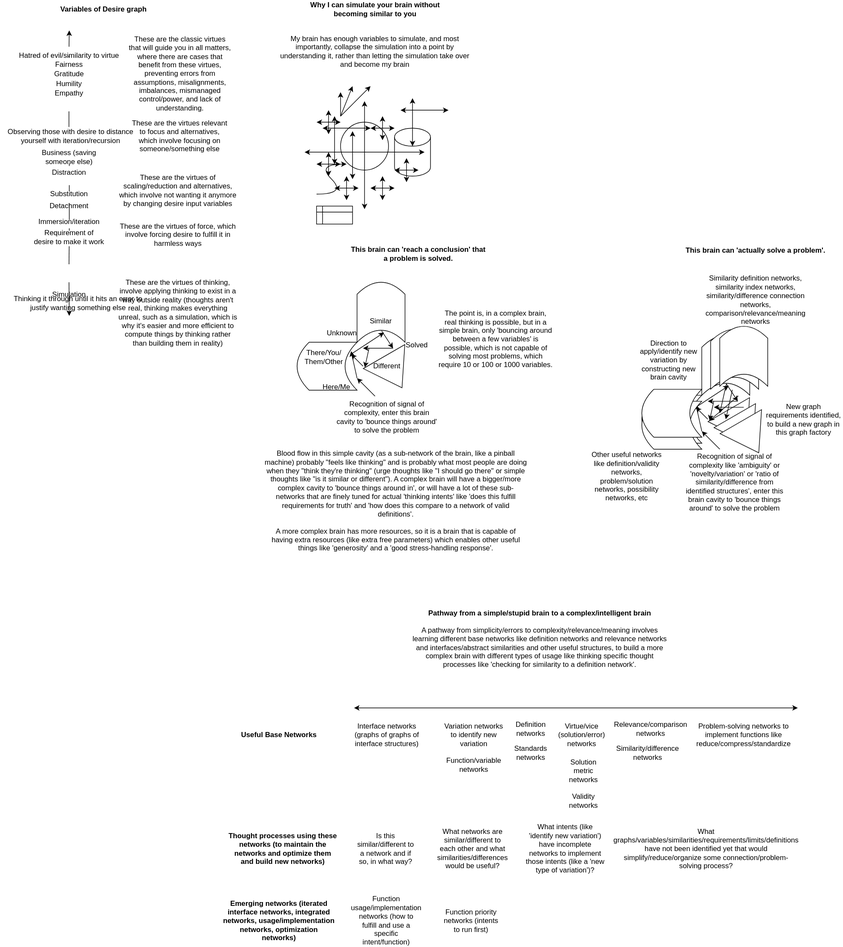
outdreamer/build-a-cure keeps this draw.io diagram as docs/objects/virtue_graph.drawio.svg. Above is the earlier version. Source tidied: cells renumbered, new cells last; positions are measured from the earlier drawing's top-left corner, leaving out a move shared by most shapes.
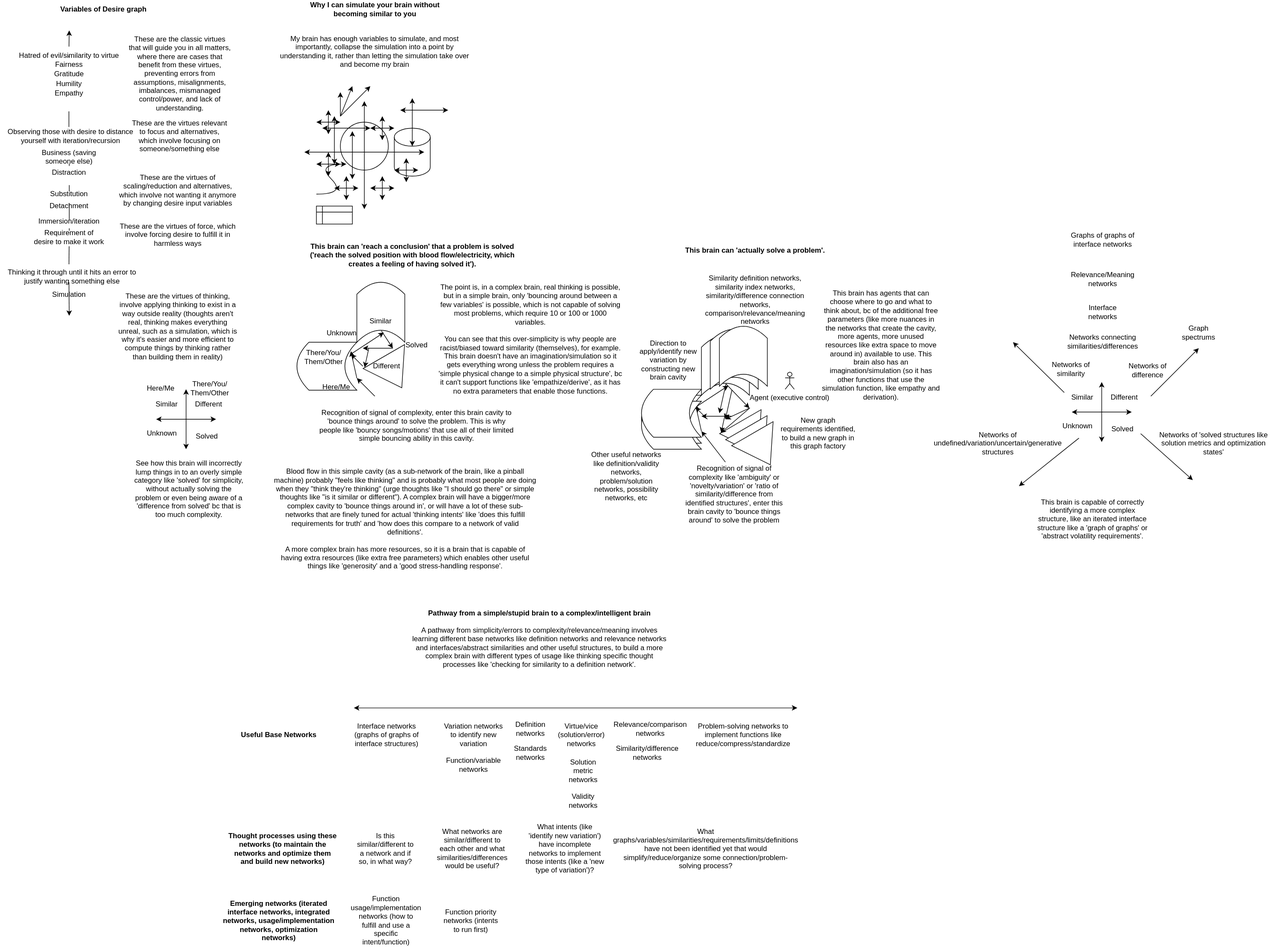
After the commit.

Change to the diagram source:
```diff
@@ -249,3 +249,3 @@
     <mxCell id="54" value="Thinking it through until it hits an error to justify wanting something else" style="text;html=1;strokeColor=none;fillColor=none;align=center;verticalAlign=middle;whiteSpace=wrap;rounded=0;" parent="1" vertex="1">
-      <mxGeometry x="10" y="490" width="240" height="30" as="geometry" />
+      <mxGeometry y="446" width="240" height="30" as="geometry" />
     </mxCell>
@@ -261,3 +261,3 @@
     <mxCell id="57" value="These are the virtues of thinking, involve applying thinking to exist in a way outside reality (thoughts aren't real, thinking makes everything unreal, such as a simulation, which is why it's easier and more efficient to compute things by thinking rather than building them in reality)" style="text;html=1;strokeColor=none;fillColor=none;align=center;verticalAlign=middle;whiteSpace=wrap;rounded=0;" parent="1" vertex="1">
-      <mxGeometry x="195" y="506" width="202.5" height="30" as="geometry" />
+      <mxGeometry x="195" y="528.5" width="202.5" height="30" as="geometry" />
     </mxCell>
@@ -274,4 +274,4 @@
     </mxCell>
-    <mxCell id="61" value="The point is, in a complex brain, real thinking is possible, but in a simple brain, only 'bouncing around between a few variables' is possible, which is not capable of solving most problems, which require 10 or 100 or 1000 variables." style="text;html=1;strokeColor=none;fillColor=none;align=center;verticalAlign=middle;whiteSpace=wrap;rounded=0;" parent="1" vertex="1">
-      <mxGeometry x="730" y="550" width="192.5" height="30" as="geometry" />
+    <mxCell id="61" value="The point is, in a complex brain, real thinking is possible, but in a simple brain, only 'bouncing around between a few variables' is possible, which is not capable of solving most problems, which require 10 or 100 or 1000 variables. &lt;br&gt;&lt;br&gt;You can see that this over-simplicity is why people are racist/biased toward similarity (themselves), for example. This brain doesn't have an imagination/simulation so it gets everything wrong unless the problem requires a 'simple physical change to a simple physical structure', bc it can't support functions like 'empathize/derive', as it has no extra parameters that enable those functions." style="text;html=1;strokeColor=none;fillColor=none;align=center;verticalAlign=middle;whiteSpace=wrap;rounded=0;" parent="1" vertex="1">
+      <mxGeometry x="730" y="550" width="310" height="30" as="geometry" />
     </mxCell>
@@ -287,3 +287,3 @@
     <mxCell id="65" value="Blood flow in this simple cavity (as a sub-network of the brain, like a pinball machine) probably &quot;feels like thinking&quot; and is probably what most people are doing when they &quot;think they're thinking&quot; (urge thoughts like &quot;I should go there&quot; or simple thoughts like &quot;is it similar or different&quot;). A complex brain will have a bigger/more complex cavity to 'bounce things around in', or will have a lot of these sub-networks that are finely tuned for actual 'thinking intents' like 'does this fulfill requirements for truth' and 'how does this compare to a network of valid definitions'.&lt;br&gt;&lt;br&gt;A more complex brain has more resources, so it is a brain that is capable of having extra resources (like extra free parameters) which enables other useful things like 'generosity' and a 'good stress-handling response'." style="text;html=1;strokeColor=none;fillColor=none;align=center;verticalAlign=middle;whiteSpace=wrap;rounded=0;" parent="1" vertex="1">
-      <mxGeometry x="440.4" y="820" width="440" height="30" as="geometry" />
+      <mxGeometry x="456" y="850" width="440" height="30" as="geometry" />
     </mxCell>
@@ -342,4 +342,4 @@
     </mxCell>
-    <mxCell id="78" value="Recognition of signal of complexity, enter this brain cavity to 'bounce things around' to solve the problem" style="text;html=1;strokeColor=none;fillColor=none;align=center;verticalAlign=middle;whiteSpace=wrap;rounded=0;" parent="1" vertex="1">
-      <mxGeometry x="560" y="680" width="170" height="30" as="geometry" />
+    <mxCell id="78" value="Recognition of signal of complexity, enter this brain cavity to 'bounce things around' to solve the problem. This is why people like 'bouncy songs/motions' that use all of their limited simple bouncing ability in this cavity." style="text;html=1;strokeColor=none;fillColor=none;align=center;verticalAlign=middle;whiteSpace=wrap;rounded=0;" parent="1" vertex="1">
+      <mxGeometry x="530" y="693.5" width="330" height="30" as="geometry" />
     </mxCell>
@@ -421,3 +421,3 @@
     <mxCell id="103" style="triangle;whiteSpace=wrap;html=1;rotation=60;" parent="1" vertex="1">
-      <mxGeometry x="1200" y="668.5" width="60" height="80" as="geometry" />
+      <mxGeometry x="1220" y="688.5" width="60" height="80" as="geometry" />
     </mxCell>
@@ -425,3 +425,3 @@
       <mxGeometry relative="1" as="geometry">
-        <mxPoint x="1200" y="748.5" as="sourcePoint" />
+        <mxPoint x="1210" y="770" as="sourcePoint" />
       </mxGeometry>
@@ -441,3 +441,3 @@
       <mxGeometry relative="1" as="geometry">
-        <mxPoint x="1230" y="668.5" as="targetPoint" />
+        <mxPoint x="1250" y="680" as="targetPoint" />
       </mxGeometry>
@@ -446,4 +446,4 @@
       <mxGeometry relative="1" as="geometry">
-        <mxPoint x="1230" y="668.5" as="sourcePoint" />
-        <mxPoint x="1180" y="668.5" as="targetPoint" />
+        <mxPoint x="1220" y="693.5" as="sourcePoint" />
+        <mxPoint x="1170" y="693.5" as="targetPoint" />
       </mxGeometry>
@@ -452,3 +452,3 @@
       <mxGeometry relative="1" as="geometry">
-        <mxPoint x="1190" y="668.5" as="sourcePoint" />
+        <mxPoint x="1210" y="688.5" as="sourcePoint" />
       </mxGeometry>
@@ -465,3 +465,3 @@
     <mxCell id="112" value="Recognition of signal of complexity like 'ambiguity' or 'novelty/variation' or 'ratio of similarity/difference from identified structures', enter this brain cavity to 'bounce things around' to solve the problem" style="text;html=1;strokeColor=none;fillColor=none;align=center;verticalAlign=middle;whiteSpace=wrap;rounded=0;" parent="1" vertex="1">
-      <mxGeometry x="1139.8" y="788.5" width="170" height="30" as="geometry" />
+      <mxGeometry x="1139.8" y="808.5" width="170" height="30" as="geometry" />
     </mxCell>
@@ -471,3 +471,3 @@
     <mxCell id="114" value="New graph requirements identified, to build a new graph in this graph factory" style="text;html=1;strokeColor=none;fillColor=none;align=center;verticalAlign=middle;whiteSpace=wrap;rounded=0;" parent="1" vertex="1">
-      <mxGeometry x="1274.8" y="683.5" width="130" height="30" as="geometry" />
+      <mxGeometry x="1300" y="707" width="130" height="30" as="geometry" />
     </mxCell>
@@ -478,4 +478,4 @@
       <mxGeometry relative="1" as="geometry">
-        <mxPoint x="1240" y="678.5" as="sourcePoint" />
-        <mxPoint x="1190" y="678.5" as="targetPoint" />
+        <mxPoint x="1250" y="680" as="sourcePoint" />
+        <mxPoint x="1210" y="698.5" as="targetPoint" />
       </mxGeometry>
@@ -495,3 +495,3 @@
       <mxGeometry relative="1" as="geometry">
-        <mxPoint x="1231" y="659.5" as="sourcePoint" />
+        <mxPoint x="1251" y="679.5" as="sourcePoint" />
       </mxGeometry>
@@ -499,6 +499,6 @@
     <mxCell id="120" style="triangle;whiteSpace=wrap;html=1;rotation=60;" parent="1" vertex="1">
-      <mxGeometry x="1210" y="678.5" width="60" height="80" as="geometry" />
+      <mxGeometry x="1230" y="698.5" width="60" height="80" as="geometry" />
     </mxCell>
     <mxCell id="121" style="triangle;whiteSpace=wrap;html=1;rotation=60;" parent="1" vertex="1">
-      <mxGeometry x="1220" y="688.5" width="60" height="80" as="geometry" />
+      <mxGeometry x="1240" y="708.5" width="60" height="80" as="geometry" />
     </mxCell>
@@ -516,4 +516,4 @@
     </mxCell>
-    <mxCell id="126" value="This brain can 'reach a conclusion' that a problem is solved." style="text;html=1;strokeColor=none;fillColor=none;align=center;verticalAlign=middle;whiteSpace=wrap;rounded=0;fontStyle=1;" parent="1" vertex="1">
-      <mxGeometry x="580.2" y="408" width="234.8" height="30" as="geometry" />
+    <mxCell id="126" value="This brain can 'reach a conclusion' that a problem is solved ('reach the solved position with blood flow/electricity, which creates a feeling of having solved it')." style="text;html=1;strokeColor=none;fillColor=none;align=center;verticalAlign=middle;whiteSpace=wrap;rounded=0;fontStyle=1;" parent="1" vertex="1">
+      <mxGeometry x="512.6" y="410" width="349.9" height="30" as="geometry" />
     </mxCell>
@@ -525,2 +525,117 @@
     </mxCell>
+    <mxCell id="129" value="Agent (executive control)" style="shape=umlActor;verticalLabelPosition=bottom;verticalAlign=top;html=1;" parent="1" vertex="1">
+      <mxGeometry x="1309.8" y="620" width="15.2" height="28.5" as="geometry" />
+    </mxCell>
+    <mxCell id="130" value="This brain has agents that can choose where to go and what to think about, bc of the additional free parameters (like more nuances in the networks that create the cavity, more agents, more unused resources like extra space to move around in) available to use. This brain also has an imagination/simulation (so it has other functions that use the simulation function, like empathy and derivation)." style="text;html=1;strokeColor=none;fillColor=none;align=center;verticalAlign=middle;whiteSpace=wrap;rounded=0;" parent="1" vertex="1">
+      <mxGeometry x="1370" y="560" width="200" height="30" as="geometry" />
+    </mxCell>
+    <mxCell id="131" style="endArrow=classic;startArrow=classic;html=1;rounded=0;" parent="1" edge="1">
+      <mxGeometry relative="1" as="geometry">
+        <mxPoint x="310" y="748.5" as="sourcePoint" />
+        <mxPoint x="310" y="648.5" as="targetPoint" />
+      </mxGeometry>
+    </mxCell>
+    <mxCell id="132" style="endArrow=classic;startArrow=classic;html=1;rounded=0;" parent="1" edge="1">
+      <mxGeometry relative="1" as="geometry">
+        <mxPoint x="260" y="698.5" as="sourcePoint" />
+        <mxPoint x="360" y="698.5" as="targetPoint" />
+      </mxGeometry>
+    </mxCell>
+    <mxCell id="133" value="Similar" style="text;html=1;strokeColor=none;fillColor=none;align=center;verticalAlign=middle;whiteSpace=wrap;rounded=0;" parent="1" vertex="1">
+      <mxGeometry x="247.5" y="658.5" width="60" height="30" as="geometry" />
+    </mxCell>
+    <mxCell id="134" value="Different" style="text;html=1;strokeColor=none;fillColor=none;align=center;verticalAlign=middle;whiteSpace=wrap;rounded=0;" parent="1" vertex="1">
+      <mxGeometry x="317.5" y="658.5" width="60" height="30" as="geometry" />
+    </mxCell>
+    <mxCell id="135" value="Solved" style="text;html=1;strokeColor=none;fillColor=none;align=center;verticalAlign=middle;whiteSpace=wrap;rounded=0;" parent="1" vertex="1">
+      <mxGeometry x="315" y="712" width="60" height="30" as="geometry" />
+    </mxCell>
+    <mxCell id="136" value="Here/Me" style="text;html=1;strokeColor=none;fillColor=none;align=center;verticalAlign=middle;whiteSpace=wrap;rounded=0;" parent="1" vertex="1">
+      <mxGeometry x="237.6" y="632" width="60" height="30" as="geometry" />
+    </mxCell>
+    <mxCell id="137" value="There/You/&lt;br&gt;Them/Other" style="text;html=1;strokeColor=none;fillColor=none;align=center;verticalAlign=middle;whiteSpace=wrap;rounded=0;" parent="1" vertex="1">
+      <mxGeometry x="320" y="632" width="60" height="30" as="geometry" />
+    </mxCell>
+    <mxCell id="138" value="Unknown" style="text;html=1;strokeColor=none;fillColor=none;align=center;verticalAlign=middle;whiteSpace=wrap;rounded=0;" parent="1" vertex="1">
+      <mxGeometry x="239.5" y="707" width="60" height="30" as="geometry" />
+    </mxCell>
+    <mxCell id="139" value="See how this brain will incorrectly lump things in to an overly simple category like 'solved' for simplicity, without actually solving the problem or even being aware of a 'difference from solved' bc that is too much complexity." style="text;html=1;strokeColor=none;fillColor=none;align=center;verticalAlign=middle;whiteSpace=wrap;rounded=0;" parent="1" vertex="1">
+      <mxGeometry x="222" y="800" width="185.5" height="30" as="geometry" />
+    </mxCell>
+    <mxCell id="140" style="endArrow=classic;startArrow=classic;html=1;rounded=0;" parent="1" edge="1">
+      <mxGeometry relative="1" as="geometry">
+        <mxPoint x="1838" y="736.5" as="sourcePoint" />
+        <mxPoint x="1838" y="636.5" as="targetPoint" />
+      </mxGeometry>
+    </mxCell>
+    <mxCell id="141" style="endArrow=classic;startArrow=classic;html=1;rounded=0;" parent="1" edge="1">
+      <mxGeometry relative="1" as="geometry">
+        <mxPoint x="1788" y="686.5" as="sourcePoint" />
+        <mxPoint x="1888" y="686.5" as="targetPoint" />
+      </mxGeometry>
+    </mxCell>
+    <mxCell id="142" value="Similar" style="text;html=1;strokeColor=none;fillColor=none;align=center;verticalAlign=middle;whiteSpace=wrap;rounded=0;" parent="1" vertex="1">
+      <mxGeometry x="1775.5" y="646.5" width="60" height="30" as="geometry" />
+    </mxCell>
+    <mxCell id="143" value="Different" style="text;html=1;strokeColor=none;fillColor=none;align=center;verticalAlign=middle;whiteSpace=wrap;rounded=0;" parent="1" vertex="1">
+      <mxGeometry x="1845.5" y="646.5" width="60" height="30" as="geometry" />
+    </mxCell>
+    <mxCell id="144" value="Solved" style="text;html=1;strokeColor=none;fillColor=none;align=center;verticalAlign=middle;whiteSpace=wrap;rounded=0;" parent="1" vertex="1">
+      <mxGeometry x="1843" y="700" width="60" height="30" as="geometry" />
+    </mxCell>
+    <mxCell id="145" value="Unknown" style="text;html=1;strokeColor=none;fillColor=none;align=center;verticalAlign=middle;whiteSpace=wrap;rounded=0;" parent="1" vertex="1">
+      <mxGeometry x="1767.5" y="695" width="60" height="30" as="geometry" />
+    </mxCell>
+    <mxCell id="146" value="This brain is capable of correctly identifying a more complex structure, like an iterated interface structure like a 'graph of graphs' or 'abstract volatility requirements'." style="text;html=1;strokeColor=none;fillColor=none;align=center;verticalAlign=middle;whiteSpace=wrap;rounded=0;" parent="1" vertex="1">
+      <mxGeometry x="1730" y="850" width="185.5" height="30" as="geometry" />
+    </mxCell>
+    <mxCell id="147" value="Networks of similarity" style="text;html=1;strokeColor=none;fillColor=none;align=center;verticalAlign=middle;whiteSpace=wrap;rounded=0;" parent="1" vertex="1">
+      <mxGeometry x="1738" y="600" width="97.5" height="30" as="geometry" />
+    </mxCell>
+    <mxCell id="148" value="Networks of difference" style="text;html=1;strokeColor=none;fillColor=none;align=center;verticalAlign=middle;whiteSpace=wrap;rounded=0;" parent="1" vertex="1">
+      <mxGeometry x="1870" y="602" width="90" height="30" as="geometry" />
+    </mxCell>
+    <mxCell id="149" value="Networks connecting similarities/differences" style="text;html=1;strokeColor=none;fillColor=none;align=center;verticalAlign=middle;whiteSpace=wrap;rounded=0;" parent="1" vertex="1">
+      <mxGeometry x="1810" y="553.5" width="60" height="30" as="geometry" />
+    </mxCell>
+    <mxCell id="150" value="Networks of 'solved structures like solution metrics and optimization states'" style="text;html=1;strokeColor=none;fillColor=none;align=center;verticalAlign=middle;whiteSpace=wrap;rounded=0;" parent="1" vertex="1">
+      <mxGeometry x="1930" y="723.5" width="190" height="30" as="geometry" />
+    </mxCell>
+    <mxCell id="151" value="Networks of undefined/variation/uncertain/generative structures" style="text;html=1;strokeColor=none;fillColor=none;align=center;verticalAlign=middle;whiteSpace=wrap;rounded=0;" parent="1" vertex="1">
+      <mxGeometry x="1620" y="723.5" width="90" height="30" as="geometry" />
+    </mxCell>
+    <mxCell id="152" style="endArrow=classic;html=1;rounded=0;" parent="1" edge="1">
+      <mxGeometry relative="1" as="geometry">
+        <mxPoint x="1920" y="660" as="sourcePoint" />
+        <mxPoint x="2000" y="580" as="targetPoint" />
+      </mxGeometry>
+    </mxCell>
+    <mxCell id="153" style="endArrow=classic;html=1;rounded=0;exitX=1;exitY=0.75;exitDx=0;exitDy=0;" parent="1" edge="1" source="144">
+      <mxGeometry relative="1" as="geometry">
+        <mxPoint x="1990" y="800" as="targetPoint" />
+      </mxGeometry>
+    </mxCell>
+    <mxCell id="154" style="endArrow=classic;html=1;rounded=0;" parent="1" edge="1">
+      <mxGeometry relative="1" as="geometry">
+        <mxPoint x="1800" y="730" as="sourcePoint" />
+        <mxPoint x="1700" y="810" as="targetPoint" />
+      </mxGeometry>
+    </mxCell>
+    <mxCell id="155" style="endArrow=classic;html=1;rounded=0;exitX=0;exitY=0.25;exitDx=0;exitDy=0;" parent="1" edge="1" source="142">
+      <mxGeometry relative="1" as="geometry">
+        <mxPoint x="1690" y="570" as="targetPoint" />
+      </mxGeometry>
+    </mxCell>
+    <mxCell id="156" value="Graph spectrums" style="text;html=1;strokeColor=none;fillColor=none;align=center;verticalAlign=middle;whiteSpace=wrap;rounded=0;" parent="1" vertex="1">
+      <mxGeometry x="1970" y="539" width="60" height="30" as="geometry" />
+    </mxCell>
+    <mxCell id="157" value="Interface networks" style="text;html=1;strokeColor=none;fillColor=none;align=center;verticalAlign=middle;whiteSpace=wrap;rounded=0;" parent="1" vertex="1">
+      <mxGeometry x="1810" y="505" width="60" height="30" as="geometry" />
+    </mxCell>
+    <mxCell id="158" value="Relevance/Meaning networks" style="text;html=1;strokeColor=none;fillColor=none;align=center;verticalAlign=middle;whiteSpace=wrap;rounded=0;" parent="1" vertex="1">
+      <mxGeometry x="1810" y="450" width="60" height="30" as="geometry" />
+    </mxCell>
+    <mxCell id="159" value="Graphs of graphs of interface networks" style="text;html=1;strokeColor=none;fillColor=none;align=center;verticalAlign=middle;whiteSpace=wrap;rounded=0;" parent="1" vertex="1">
+      <mxGeometry x="1780" y="384" width="120" height="30" as="geometry" />
+    </mxCell>
   </root>
```
